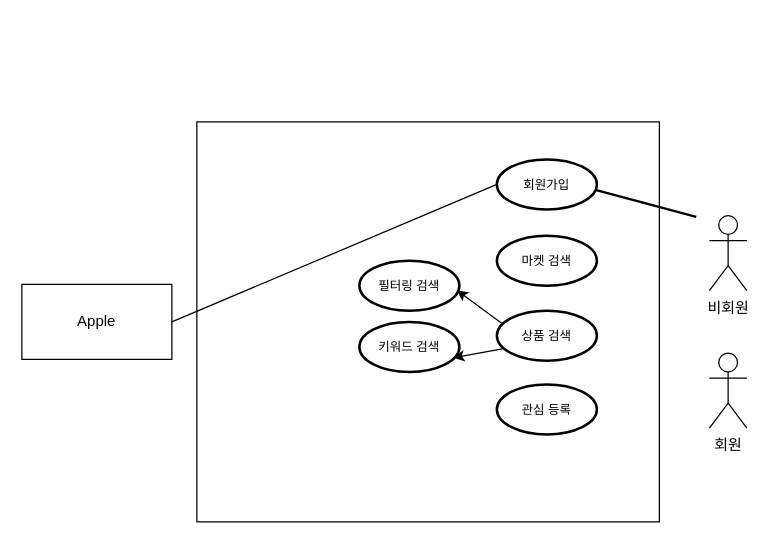
thisisdana49/test keeps this draw.io diagram as Untitled Diagram.drawio. Above is the earlier version. Source tidied: cells renumbered, new cells numbered last; positions are measured from the earlier drawing's top-left corner, leaving out a move shared by most shapes. Both pictures are drawn from the tidied source at 125%, with x=0, y=0 at pixel (21, 121).
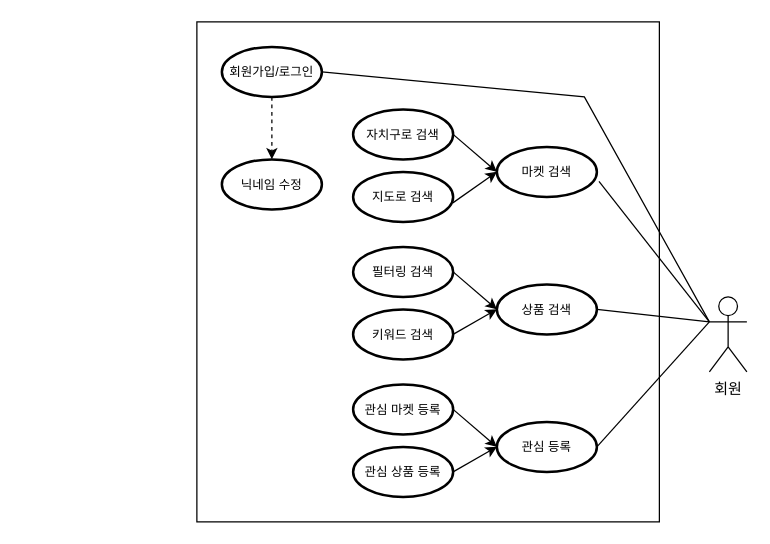
The same page after the edit.

What changed in the source:
```diff
@@
-    <mxCell id="2" value="비회원" style="shape=umlActor;verticalLabelPosition=bottom;verticalAlign=top;html=1;" parent="1" vertex="1">
-      <mxGeometry x="550" y="75" width="30" height="60" as="geometry" />
-    </mxCell>
     <mxCell id="3" style="rounded=0;whiteSpace=wrap;html=1;" parent="1" vertex="1">
-      <mxGeometry x="140" width="370" height="320" as="geometry" />
+      <mxGeometry x="140" y="-80" width="370" height="400" as="geometry" />
     </mxCell>
-    <mxCell id="4" value="회원가입" style="strokeWidth=2;html=1;shape=mxgraph.flowchart.start_1;whiteSpace=wrap;fontSize=10;" parent="1" vertex="1">
-      <mxGeometry x="380" y="30" width="80" height="40" as="geometry" />
-    </mxCell>
     <mxCell id="5" value="마켓 검색" style="strokeWidth=2;html=1;shape=mxgraph.flowchart.start_1;whiteSpace=wrap;fontSize=10;" parent="1" vertex="1">
-      <mxGeometry x="380" y="91" width="80" height="40" as="geometry" />
+      <mxGeometry x="380" y="20" width="80" height="40" as="geometry" />
     </mxCell>
     <mxCell id="6" value="회원" style="shape=umlActor;verticalLabelPosition=bottom;verticalAlign=top;html=1;outlineConnect=0;" parent="1" vertex="1">
-      <mxGeometry x="550" y="185" width="30" height="60" as="geometry" />
+      <mxGeometry x="550" y="140" width="30" height="60" as="geometry" />
     </mxCell>
-    <mxCell id="7" style="line;strokeWidth=2;html=1;rotation=15;" parent="1" vertex="1">
-      <mxGeometry x="458.1" y="50.3" width="82.8" height="30" as="geometry" />
-    </mxCell>
     <mxCell id="8" value="상품 검색" style="strokeWidth=2;html=1;shape=mxgraph.flowchart.start_1;whiteSpace=wrap;fontSize=10;" parent="1" vertex="1">
-      <mxGeometry x="380" y="151" width="80" height="40" as="geometry" />
+      <mxGeometry x="380" y="130" width="80" height="40" as="geometry" />
     </mxCell>
     <mxCell id="9" value="관심 등록" style="strokeWidth=2;html=1;shape=mxgraph.flowchart.start_1;whiteSpace=wrap;fontSize=10;" parent="1" vertex="1">
-      <mxGeometry x="380" y="210" width="80" height="40" as="geometry" />
+      <mxGeometry x="380" y="240" width="80" height="40" as="geometry" />
     </mxCell>
     <mxCell id="10" value="필터링 검색" style="strokeWidth=2;html=1;shape=mxgraph.flowchart.start_1;whiteSpace=wrap;fontSize=10;" parent="1" vertex="1">
-      <mxGeometry x="270" y="111" width="80" height="40" as="geometry" />
+      <mxGeometry x="265" y="100" width="80" height="40" as="geometry" />
     </mxCell>
     <mxCell id="11" value="키워드 검색" style="strokeWidth=2;html=1;shape=mxgraph.flowchart.start_1;whiteSpace=wrap;fontSize=10;" parent="1" vertex="1">
-      <mxGeometry x="270" y="160" width="80" height="40" as="geometry" />
+      <mxGeometry x="265" y="150" width="80" height="40" as="geometry" />
     </mxCell>
-    <mxCell id="12" style="endArrow=classic;html=1;rounded=0;entryX=0.975;entryY=0.592;entryDx=0;entryDy=0;entryPerimeter=0;exitX=0.058;exitY=0.267;exitDx=0;exitDy=0;exitPerimeter=0;" parent="1" edge="1" source="8" target="10">
+    <mxCell id="12" style="endArrow=classic;html=1;rounded=0;entryX=0;entryY=0.5;entryDx=0;entryDy=0;entryPerimeter=0;exitX=1;exitY=0.5;exitDx=0;exitDy=0;exitPerimeter=0;" parent="1" edge="1" source="10" target="8">
       <mxGeometry relative="1" as="geometry" />
     </mxCell>
-    <mxCell id="13" style="endArrow=classic;html=1;rounded=0;exitX=0.054;exitY=0.767;exitDx=0;exitDy=0;exitPerimeter=0;entryX=0.938;entryY=0.717;entryDx=0;entryDy=0;entryPerimeter=0;" parent="1" edge="1" source="8" target="11">
+    <mxCell id="13" style="endArrow=classic;html=1;rounded=0;entryX=0;entryY=0.5;entryDx=0;entryDy=0;entryPerimeter=0;exitX=1;exitY=0.5;exitDx=0;exitDy=0;exitPerimeter=0;" parent="1" edge="1" source="11" target="8">
       <mxGeometry relative="1" as="geometry" />
     </mxCell>
-    <mxCell id="14" value="Apple" style="rounded=0;whiteSpace=wrap;html=1;" parent="1" vertex="1">
-      <mxGeometry y="130" width="120" height="60" as="geometry" />
-    </mxCell>
-    <mxCell id="15" style="endArrow=none;html=1;rounded=0;exitX=1;exitY=0.5;exitDx=0;exitDy=0;entryX=0;entryY=0.5;entryDx=0;entryDy=0;entryPerimeter=0;" parent="1" edge="1" source="14" target="4">
-      <mxGeometry relative="1" as="geometry" />
-    </mxCell>
+    <mxCell id="16" value="회원가입/로그인" style="strokeWidth=2;html=1;shape=mxgraph.flowchart.start_1;whiteSpace=wrap;fontSize=10;" parent="1" vertex="1">
+      <mxGeometry x="160" y="-60" width="80" height="40" as="geometry" />
+    </mxCell>
+    <mxCell id="17" style="endArrow=none;html=1;rounded=0;exitX=0;exitY=0.3333333333333333;exitDx=0;exitDy=0;exitPerimeter=0;entryX=1.021;entryY=0.692;entryDx=0;entryDy=0;entryPerimeter=0;" parent="1" edge="1" source="6" target="5">
+      <mxGeometry relative="1" as="geometry" />
+    </mxCell>
+    <mxCell id="18" style="endArrow=none;html=1;rounded=0;entryX=1;entryY=0.5;entryDx=0;entryDy=0;entryPerimeter=0;exitX=0;exitY=0.3333333333333333;exitDx=0;exitDy=0;exitPerimeter=0;" parent="1" edge="1" source="6" target="8">
+      <mxGeometry relative="1" as="geometry" />
+    </mxCell>
+    <mxCell id="19" style="endArrow=none;html=1;rounded=0;entryX=0;entryY=0.3333333333333333;entryDx=0;entryDy=0;entryPerimeter=0;exitX=1;exitY=0.5;exitDx=0;exitDy=0;exitPerimeter=0;" parent="1" edge="1" source="9" target="6">
+      <mxGeometry relative="1" as="geometry" />
+    </mxCell>
+    <mxCell id="20" value="관심 마켓 등록" style="strokeWidth=2;html=1;shape=mxgraph.flowchart.start_1;whiteSpace=wrap;fontSize=10;" parent="1" vertex="1">
+      <mxGeometry x="265" y="210" width="80" height="40" as="geometry" />
+    </mxCell>
+    <mxCell id="21" value="관심 상품 등록" style="strokeWidth=2;html=1;shape=mxgraph.flowchart.start_1;whiteSpace=wrap;fontSize=10;" parent="1" vertex="1">
+      <mxGeometry x="265" y="260" width="80" height="40" as="geometry" />
+    </mxCell>
+    <mxCell id="22" style="endArrow=classic;html=1;rounded=0;exitX=1;exitY=0.5;exitDx=0;exitDy=0;exitPerimeter=0;entryX=0;entryY=0.5;entryDx=0;entryDy=0;entryPerimeter=0;" parent="1" edge="1" source="20" target="9">
+      <mxGeometry relative="1" as="geometry" />
+    </mxCell>
+    <mxCell id="23" style="endArrow=classic;html=1;rounded=0;exitX=1;exitY=0.5;exitDx=0;exitDy=0;exitPerimeter=0;entryX=0;entryY=0.5;entryDx=0;entryDy=0;entryPerimeter=0;" parent="1" edge="1" source="21" target="9">
+      <mxGeometry relative="1" as="geometry" />
+    </mxCell>
+    <mxCell id="24" value="닉네임 수정" style="strokeWidth=2;html=1;shape=mxgraph.flowchart.start_1;whiteSpace=wrap;fontSize=10;" parent="1" vertex="1">
+      <mxGeometry x="160" y="30" width="80" height="40" as="geometry" />
+    </mxCell>
+    <mxCell id="25" style="endArrow=none;html=1;rounded=0;exitX=1;exitY=0.5;exitDx=0;exitDy=0;exitPerimeter=0;" parent="1" edge="1" source="16">
+      <mxGeometry relative="1" as="geometry">
+        <mxPoint x="550" y="160" as="targetPoint" />
+        <Array as="points">
+          <mxPoint x="450" y="-20" />
+        </Array>
+      </mxGeometry>
+    </mxCell>
+    <mxCell id="26" value="자치구로 검색" style="strokeWidth=2;html=1;shape=mxgraph.flowchart.start_1;whiteSpace=wrap;fontSize=10;" parent="1" vertex="1">
+      <mxGeometry x="265" y="-10" width="80" height="40" as="geometry" />
+    </mxCell>
+    <mxCell id="27" value="지도로 검색" style="strokeWidth=2;html=1;shape=mxgraph.flowchart.start_1;whiteSpace=wrap;fontSize=10;" parent="1" vertex="1">
+      <mxGeometry x="265" y="40" width="80" height="40" as="geometry" />
+    </mxCell>
+    <mxCell id="28" style="endArrow=classic;html=1;rounded=0;exitX=1;exitY=0.5;exitDx=0;exitDy=0;exitPerimeter=0;entryX=0;entryY=0.5;entryDx=0;entryDy=0;entryPerimeter=0;" parent="1" edge="1" source="26" target="5">
+      <mxGeometry relative="1" as="geometry" />
+    </mxCell>
+    <mxCell id="29" style="endArrow=classic;html=1;rounded=0;entryX=0;entryY=0.5;entryDx=0;entryDy=0;entryPerimeter=0;exitX=0.997;exitY=0.62;exitDx=0;exitDy=0;exitPerimeter=0;" parent="1" edge="1" source="27" target="5">
+      <mxGeometry relative="1" as="geometry" />
+    </mxCell>
+    <mxCell id="30" style="html=1;labelBackgroundColor=#ffffff;startArrow=none;startFill=0;startSize=6;endArrow=classic;endFill=1;endSize=6;jettySize=auto;strokeWidth=1;dashed=1;fontSize=14;rounded=0;exitX=0.5;exitY=1;exitDx=0;exitDy=0;exitPerimeter=0;" parent="1" edge="1" source="16" target="24">
+      <mxGeometry relative="1" as="geometry" />
+    </mxCell>
+    <mxCell id="31" parent="0" />
```
